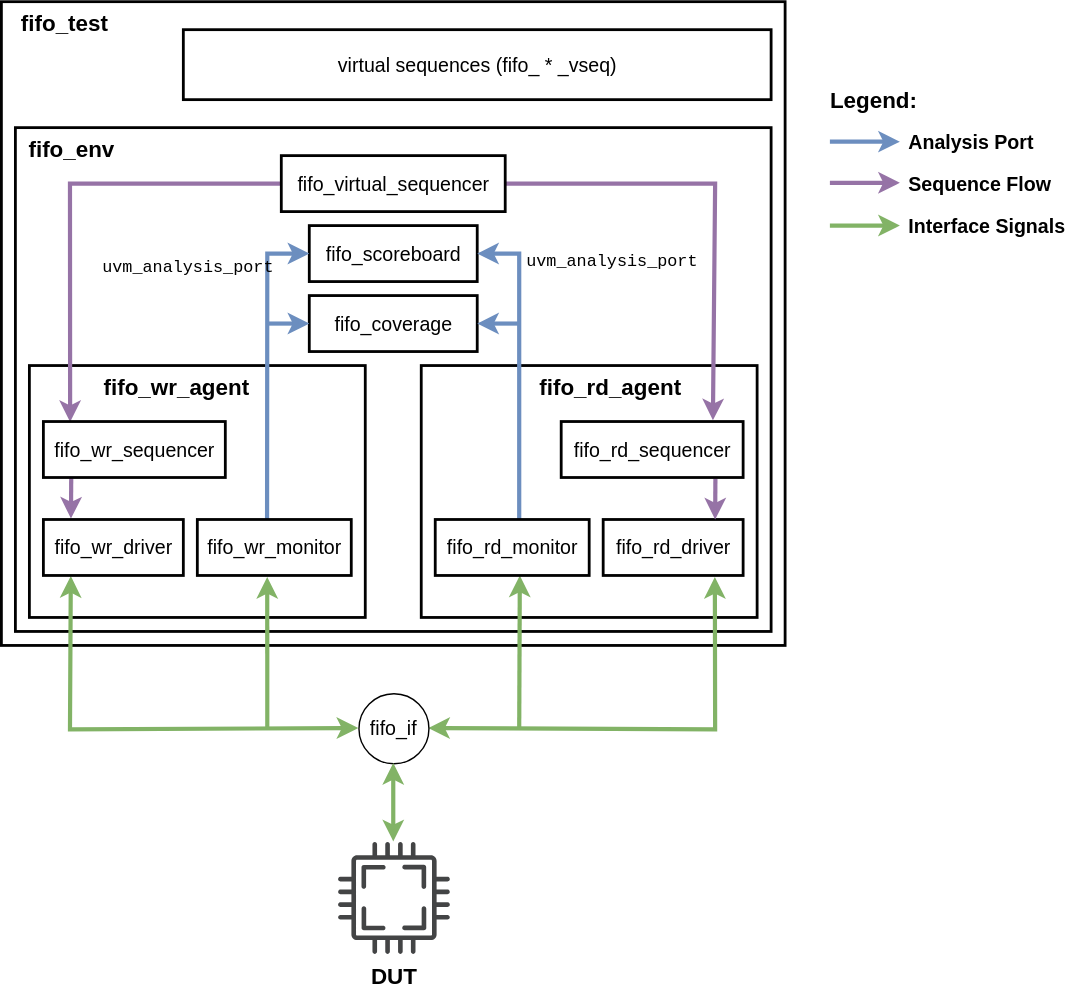
Above: .github/assets/testbench_architecture.svg in niumuzhi2004/sync-fifo-uvc (draw.io), before the change. Source tidied: cells renumbered, new cells last; positions are measured from the earlier drawing's top-left corner, leaving out a move shared by most shapes.
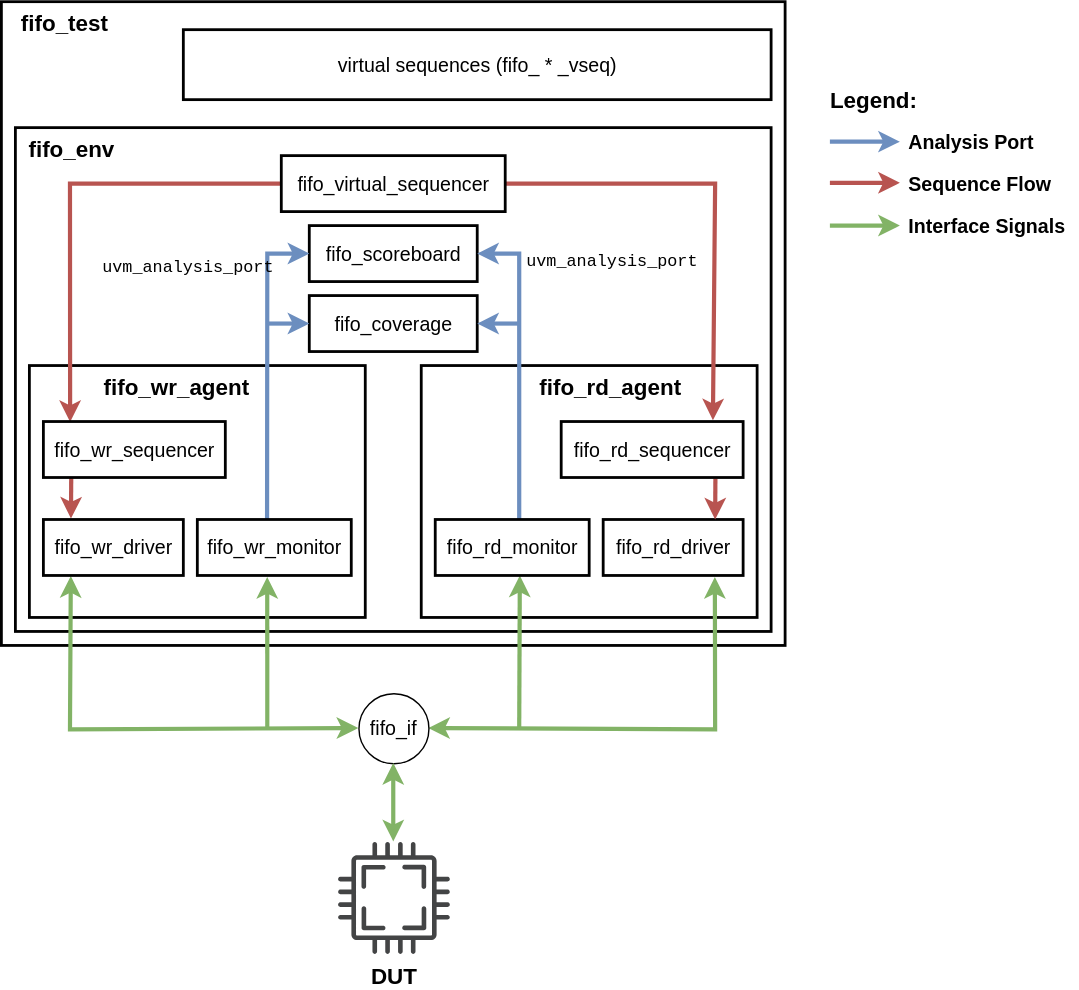
After the change.

Commit message:
updated architecture diagram

Change to the diagram source:
```diff
@@ -2,25 +2,25 @@
   <root>
     <mxCell id="0" />
     <mxCell id="1" parent="0" />
-    <mxCell id="2" style="rounded=0;whiteSpace=wrap;html=1;fillColor=none;strokeColor=light-dark(#000000, #d7817e);strokeWidth=2;" parent="1" vertex="1">
+    <mxCell id="2" style="rounded=0;whiteSpace=wrap;html=1;fillColor=none;strokeColor=light-dark(#000000,#FFFFFF);strokeWidth=2;" parent="1" vertex="1">
       <mxGeometry width="560" height="460" as="geometry" />
     </mxCell>
     <mxCell id="3" value="fifo_test" style="text;html=1;whiteSpace=wrap;strokeColor=none;fillColor=none;align=center;verticalAlign=middle;rounded=0;fontSize=16;fontStyle=1;" parent="1" vertex="1">
       <mxGeometry width="90" height="30" as="geometry" />
     </mxCell>
-    <mxCell id="4" style="rounded=0;whiteSpace=wrap;html=1;fillColor=none;strokeColor=light-dark(#000000, #d7817e);strokeWidth=2;" parent="1" vertex="1">
+    <mxCell id="4" style="rounded=0;whiteSpace=wrap;html=1;fillColor=none;strokeColor=light-dark(#000000,#FFFFFF);strokeWidth=2;" parent="1" vertex="1">
       <mxGeometry x="10" y="90" width="540" height="360" as="geometry" />
     </mxCell>
     <mxCell id="5" value="fifo_env" style="text;html=1;whiteSpace=wrap;strokeColor=none;fillColor=none;align=center;verticalAlign=middle;rounded=0;fontSize=16;fontStyle=1;" parent="1" vertex="1">
       <mxGeometry x="10" y="90" width="80" height="30" as="geometry" />
     </mxCell>
-    <mxCell id="6" style="rounded=0;whiteSpace=wrap;html=1;fillColor=none;strokeColor=light-dark(#000000, #d7817e);strokeWidth=2;" parent="1" vertex="1">
+    <mxCell id="6" style="rounded=0;whiteSpace=wrap;html=1;fillColor=none;strokeColor=light-dark(#000000,#FFFFFF);strokeWidth=2;" parent="1" vertex="1">
       <mxGeometry x="20" y="260" width="240" height="180" as="geometry" />
     </mxCell>
     <mxCell id="7" value="fifo_wr_agent" style="text;html=1;whiteSpace=wrap;strokeColor=none;fillColor=none;align=center;verticalAlign=middle;rounded=0;fontSize=16;fontStyle=1;" parent="1" vertex="1">
       <mxGeometry x="60" y="260" width="130" height="30" as="geometry" />
     </mxCell>
-    <mxCell id="8" style="rounded=0;whiteSpace=wrap;html=1;fillColor=none;strokeColor=light-dark(#000000, #d7817e);strokeWidth=2;" parent="1" vertex="1">
+    <mxCell id="8" style="rounded=0;whiteSpace=wrap;html=1;fillColor=none;strokeColor=light-dark(#000000,#FFFFFF);strokeWidth=2;" parent="1" vertex="1">
       <mxGeometry x="300" y="260" width="240" height="180" as="geometry" />
     </mxCell>
     <mxCell id="9" value="fifo_rd_agent" style="text;html=1;whiteSpace=wrap;strokeColor=none;fillColor=none;align=center;verticalAlign=middle;rounded=0;fontSize=16;fontStyle=1;" parent="1" vertex="1">
@@ -91,14 +91,14 @@
     <mxCell id="22" value="&lt;font style=&quot;font-size: 14px;&quot;&gt;fifo_if&lt;/font&gt;" style="ellipse;whiteSpace=wrap;html=1;" parent="1" vertex="1">
       <mxGeometry x="255" y="494" width="50" height="50" as="geometry" />
     </mxCell>
-    <mxCell id="23" style="endArrow=classic;html=1;rounded=0;exitX=0;exitY=0.5;exitDx=0;exitDy=0;entryX=0.147;entryY=0.009;entryDx=0;entryDy=0;entryPerimeter=0;fillColor=#e1d5e7;strokeColor=#9673a6;strokeWidth=3;" parent="1" edge="1" source="25" target="27">
+    <mxCell id="23" style="endArrow=classic;html=1;rounded=0;exitX=0;exitY=0.5;exitDx=0;exitDy=0;entryX=0.147;entryY=0.009;entryDx=0;entryDy=0;entryPerimeter=0;fillColor=#f8cecc;strokeColor=#b85450;strokeWidth=3;" parent="1" edge="1" source="25" target="27">
       <mxGeometry relative="1" as="geometry">
         <Array as="points">
           <mxPoint x="49" y="130" />
         </Array>
       </mxGeometry>
     </mxCell>
-    <mxCell id="24" style="endArrow=classic;html=1;rounded=0;entryX=0.834;entryY=-0.021;entryDx=0;entryDy=0;entryPerimeter=0;fillColor=#e1d5e7;strokeColor=#9673a6;strokeWidth=3;" parent="1" edge="1" target="30">
+    <mxCell id="24" style="endArrow=classic;html=1;rounded=0;entryX=0.834;entryY=-0.021;entryDx=0;entryDy=0;entryPerimeter=0;fillColor=#f8cecc;strokeColor=#b85450;strokeWidth=3;" parent="1" edge="1" target="30">
       <mxGeometry relative="1" as="geometry">
         <mxPoint x="360" y="130" as="sourcePoint" />
         <Array as="points">
@@ -109,7 +109,7 @@
     <mxCell id="25" value="&lt;font style=&quot;font-size: 14px;&quot;&gt;fifo_virtual_sequencer&lt;/font&gt;" style="rounded=0;whiteSpace=wrap;html=1;strokeWidth=2;fillColor=none;" parent="1" vertex="1">
       <mxGeometry x="200" y="110" width="160" height="40" as="geometry" />
     </mxCell>
-    <mxCell id="26" style="endArrow=classic;html=1;rounded=0;exitX=0.153;exitY=1.028;exitDx=0;exitDy=0;exitPerimeter=0;entryX=0.197;entryY=0.009;entryDx=0;entryDy=0;entryPerimeter=0;fillColor=#e1d5e7;strokeColor=#9673a6;strokeWidth=3;" parent="1" edge="1">
+    <mxCell id="26" style="endArrow=classic;html=1;rounded=0;exitX=0.153;exitY=1.028;exitDx=0;exitDy=0;exitPerimeter=0;entryX=0.197;entryY=0.009;entryDx=0;entryDy=0;entryPerimeter=0;fillColor=#f8cecc;strokeColor=#b85450;strokeWidth=3;" parent="1" edge="1">
       <mxGeometry relative="1" as="geometry">
         <mxPoint x="49.9" y="340.1" as="sourcePoint" />
         <mxPoint x="49.7" y="369.4" as="targetPoint" />
@@ -118,7 +118,7 @@
     <mxCell id="27" value="&lt;font style=&quot;font-size: 14px;&quot;&gt;fifo_wr_sequencer&lt;/font&gt;" style="rounded=0;whiteSpace=wrap;html=1;strokeWidth=2;fillColor=none;" parent="1" vertex="1">
       <mxGeometry x="30" y="300" width="130" height="40" as="geometry" />
     </mxCell>
-    <mxCell id="28" style="endArrow=classic;html=1;rounded=0;exitX=0.153;exitY=1.028;exitDx=0;exitDy=0;exitPerimeter=0;entryX=0.197;entryY=0.009;entryDx=0;entryDy=0;entryPerimeter=0;fillColor=#e1d5e7;strokeColor=#9673a6;strokeWidth=3;" parent="1" edge="1">
+    <mxCell id="28" style="endArrow=classic;html=1;rounded=0;exitX=0.153;exitY=1.028;exitDx=0;exitDy=0;exitPerimeter=0;entryX=0.197;entryY=0.009;entryDx=0;entryDy=0;entryPerimeter=0;fillColor=#f8cecc;strokeColor=#b85450;strokeWidth=3;" parent="1" edge="1">
       <mxGeometry relative="1" as="geometry">
         <mxPoint x="510.2" y="340.8" as="sourcePoint" />
         <mxPoint x="510" y="370" as="targetPoint" />
@@ -130,7 +130,7 @@
     <mxCell id="30" value="&lt;font style=&quot;font-size: 14px;&quot;&gt;fifo_rd_sequencer&lt;/font&gt;" style="rounded=0;whiteSpace=wrap;html=1;strokeWidth=2;fillColor=none;" parent="1" vertex="1">
       <mxGeometry x="400" y="300" width="130" height="40" as="geometry" />
     </mxCell>
-    <mxCell id="31" value="&lt;font style=&quot;font-size: 14px;&quot;&gt;virtual sequences (fifo_ * _vseq)&lt;/font&gt;" style="rounded=0;whiteSpace=wrap;html=1;fillColor=none;strokeColor=light-dark(#000000, #d7817e);strokeWidth=2;" parent="1" vertex="1">
+    <mxCell id="31" value="&lt;font style=&quot;font-size: 14px;&quot;&gt;virtual sequences (fifo_ * _vseq)&lt;/font&gt;" style="rounded=0;whiteSpace=wrap;html=1;fillColor=none;strokeColor=default;strokeWidth=2;" parent="1" vertex="1">
       <mxGeometry x="130" y="20" width="420" height="50" as="geometry" />
     </mxCell>
     <mxCell id="32" style="endArrow=classic;startArrow=classic;html=1;rounded=0;entryX=0.5;entryY=1;entryDx=0;entryDy=0;fillColor=#d5e8d4;strokeColor=#82b366;strokeWidth=3;" parent="1" edge="1" source="17" target="22">
@@ -151,7 +151,7 @@
     <mxCell id="36" value="&lt;font style=&quot;font-size: 14px;&quot;&gt;&lt;b&gt;Analysis Port&lt;/b&gt;&lt;/font&gt;" style="text;html=1;whiteSpace=wrap;strokeColor=none;fillColor=none;align=left;verticalAlign=middle;rounded=0;" parent="1" vertex="1">
       <mxGeometry x="646" y="85" width="100" height="30" as="geometry" />
     </mxCell>
-    <mxCell id="37" style="endArrow=classic;html=1;rounded=0;strokeWidth=3;fillColor=#e1d5e7;strokeColor=#9673a6;" parent="1" edge="1">
+    <mxCell id="37" style="endArrow=classic;html=1;rounded=0;strokeWidth=3;fillColor=#f8cecc;strokeColor=#b85450;" parent="1" edge="1">
       <mxGeometry relative="1" as="geometry">
         <mxPoint x="592" y="129.4" as="sourcePoint" />
         <mxPoint x="642" y="129.4" as="targetPoint" />
```
